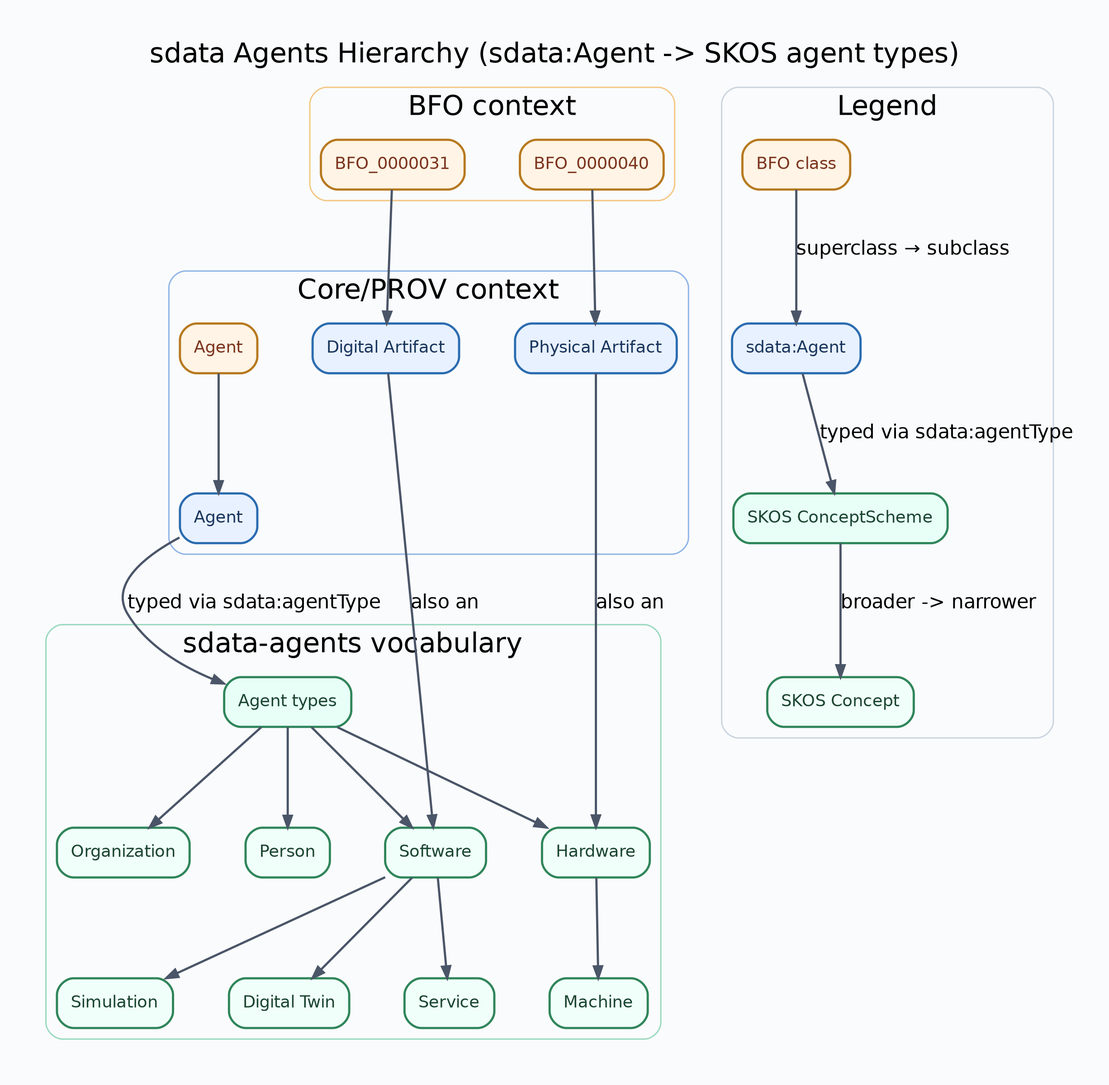
Before: docs/diagrams/sdata-agents-hierarchy.png, a diagram exported from Graphviz (lepy/sdata-ontology). Its source is kept beside it as docs/diagrams/sdata-agents-hierarchy.dot.
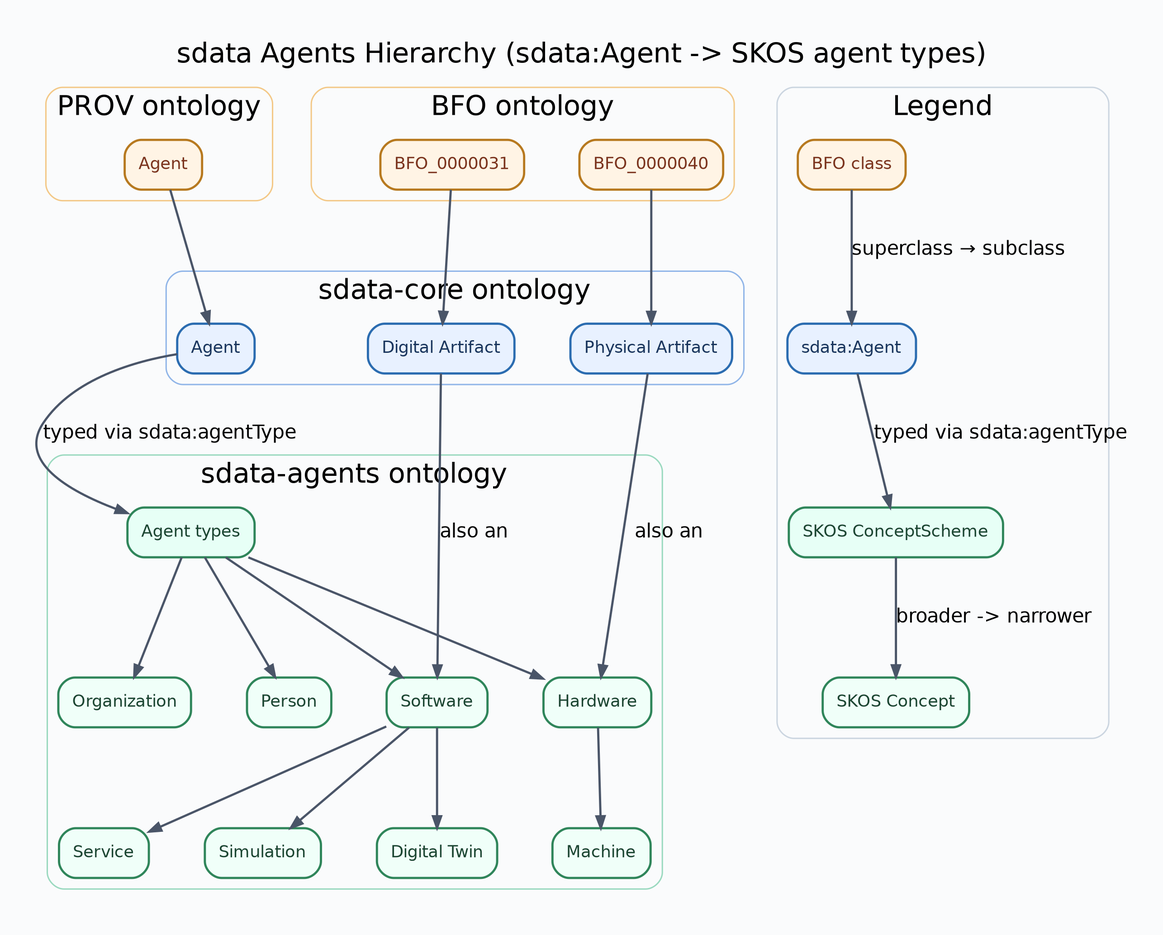
The same diagram one commit later.

Commit message:
Separate agents plot into ontology subgraphs by layer

Change to the diagram source:
```diff
@@ -25,15 +25,43 @@
 		fontname=Helvetica,
 		penwidth=1.6
 	];
-	subgraph cluster_core {
-		graph [color="#90B5E8",
-			label="Core/PROV context",
+	subgraph cluster_prov {
+		graph [color="#F3C887",
+			label="PROV ontology",
 			style=rounded
 		];
 		"http://www.w3.org/ns/prov#Agent"	[color="#B7791F",
 			fillcolor="#FFF4E5",
 			fontcolor="#7B341E",
 			label=Agent];
+		__anchor_prov	[height=0,
+			label="",
+			style=invis,
+			width=0];
+	}
+	subgraph cluster_bfo {
+		graph [color="#F3C887",
+			label="BFO ontology",
+			style=rounded
+		];
+		"http://purl.obolibrary.org/obo/BFO_0000031"	[color="#B7791F",
+			fillcolor="#FFF4E5",
+			fontcolor="#7B341E",
+			label=BFO_0000031];
+		"http://purl.obolibrary.org/obo/BFO_0000040"	[color="#B7791F",
+			fillcolor="#FFF4E5",
+			fontcolor="#7B341E",
+			label=BFO_0000040];
+		__anchor_bfo	[height=0,
+			label="",
+			style=invis,
+			width=0];
+	}
+	subgraph cluster_core {
+		graph [color="#90B5E8",
+			label="sdata-core ontology",
+			style=rounded
+		];
 		"https://w3id.org/sdata/core#Agent"	[color="#2B6CB0",
 			fillcolor="#E8F1FF",
 			fontcolor="#1A365D",
@@ -46,24 +74,14 @@
 			fillcolor="#E8F1FF",
 			fontcolor="#1A365D",
 			label="Physical Artifact"];
-	}
-	subgraph cluster_bfo {
-		graph [color="#F3C887",
-			label="BFO context",
-			style=rounded
-		];
-		"http://purl.obolibrary.org/obo/BFO_0000031"	[color="#B7791F",
-			fillcolor="#FFF4E5",
-			fontcolor="#7B341E",
-			label=BFO_0000031];
-		"http://purl.obolibrary.org/obo/BFO_0000040"	[color="#B7791F",
-			fillcolor="#FFF4E5",
-			fontcolor="#7B341E",
-			label=BFO_0000040];
+		__anchor_core	[height=0,
+			label="",
+			style=invis,
+			width=0];
 	}
 	subgraph cluster_agents {
 		graph [color="#9AD9BF",
-			label="sdata-agents vocabulary",
+			label="sdata-agents ontology",
 			style=rounded
 		];
 		"https://w3id.org/sdata/vocab/agents#AgentTypeScheme"	[color="#2F855A",
@@ -102,6 +120,10 @@
 			fillcolor="#F0FFF9",
 			fontcolor="#1C4532",
 			label=Software];
+		__anchor_agents	[height=0,
+			label="",
+			style=invis,
+			width=0];
 	}
 	subgraph cluster_legend {
 		graph [color="#CBD5E0",
@@ -142,4 +164,10 @@
 	"https://w3id.org/sdata/vocab/agents#Software" -> "https://w3id.org/sdata/vocab/agents#DigitalTwin";
 	"https://w3id.org/sdata/vocab/agents#Software" -> "https://w3id.org/sdata/vocab/agents#Service";
 	"https://w3id.org/sdata/vocab/agents#Software" -> "https://w3id.org/sdata/vocab/agents#Simulation";
+	__anchor_prov -> __anchor_core	[style=invis,
+		weight=20];
+	__anchor_bfo -> __anchor_core	[style=invis,
+		weight=20];
+	__anchor_core -> __anchor_agents	[style=invis,
+		weight=20];
 }
```
